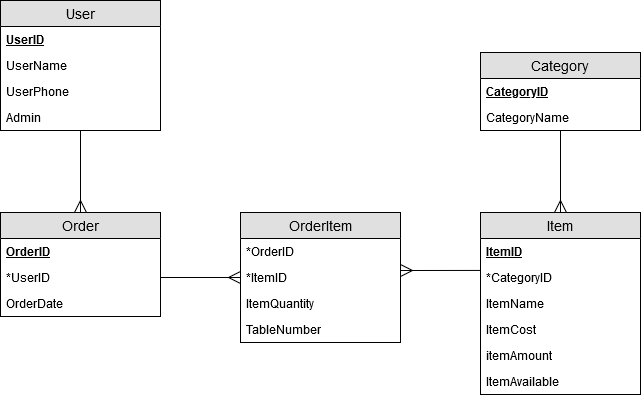
SamuelJordan101/ISAD251 keeps this draw.io diagram as ERD/ERD.png. Above is the earlier version. Source tidied: cells renumbered, new cells last; positions are measured from the earlier drawing's top-left corner, leaving out a move shared by most shapes.
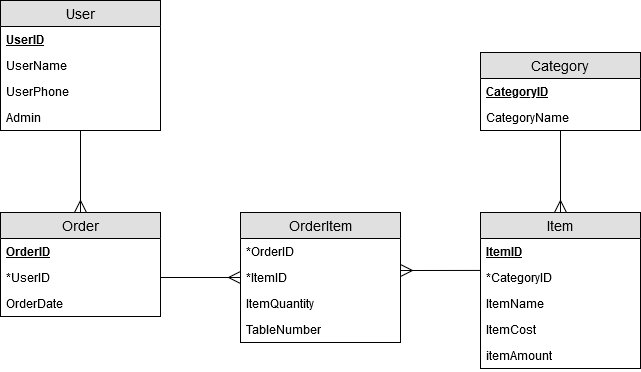
After the commit.

Diff of the diagram source:
```diff
@@ -39,7 +39,7 @@
       <mxGeometry y="78" width="160" height="26" as="geometry" />
     </mxCell>
     <mxCell id="14" value="Item" style="swimlane;fontStyle=0;horizontal=1;startSize=26;fillColor=#e0e0e0;swimlaneFillColor=#ffffff;align=center;fontSize=14;" parent="1" vertex="1">
-      <mxGeometry x="480" y="212" width="160" height="182" as="geometry" />
+      <mxGeometry x="480" y="212" width="160" height="156" as="geometry" />
     </mxCell>
     <mxCell id="15" value="ItemID" style="text;strokeColor=none;fillColor=none;spacingLeft=4;spacingRight=4;overflow=hidden;fontSize=12;fontStyle=5;" parent="14" vertex="1">
       <mxGeometry y="26" width="160" height="26" as="geometry" />
@@ -56,9 +56,6 @@
     <mxCell id="19" value="itemAmount" style="text;strokeColor=none;fillColor=none;spacingLeft=4;spacingRight=4;overflow=hidden;fontSize=12;" parent="14" vertex="1">
       <mxGeometry y="130" width="160" height="26" as="geometry" />
     </mxCell>
-    <mxCell id="20" value="ItemAvailable" style="text;strokeColor=none;fillColor=none;spacingLeft=4;spacingRight=4;overflow=hidden;fontSize=12;" parent="14" vertex="1">
-      <mxGeometry y="156" width="160" height="26" as="geometry" />
-    </mxCell>
     <mxCell id="21" value="OrderItem" style="swimlane;fontStyle=0;horizontal=1;startSize=26;fillColor=#e0e0e0;swimlaneFillColor=#ffffff;align=center;fontSize=14;" parent="1" vertex="1">
       <mxGeometry x="240" y="212" width="160" height="130" as="geometry" />
     </mxCell>
```
